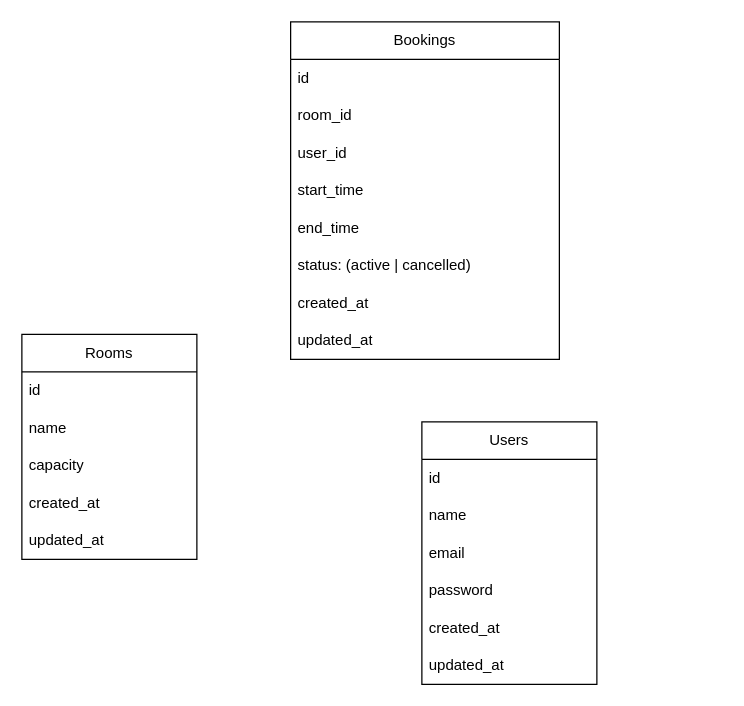
The draw.io diagram book-meet-erd.drawio in riparuk/meet-book-api, before the edit. Source tidied: cells renumbered, new cells numbered last; positions are measured from the earlier drawing's top-left corner, leaving out a move shared by most shapes. Both pictures are drawn from the tidied source at 125%, with x=0, y=0 at pixel (21, 21).
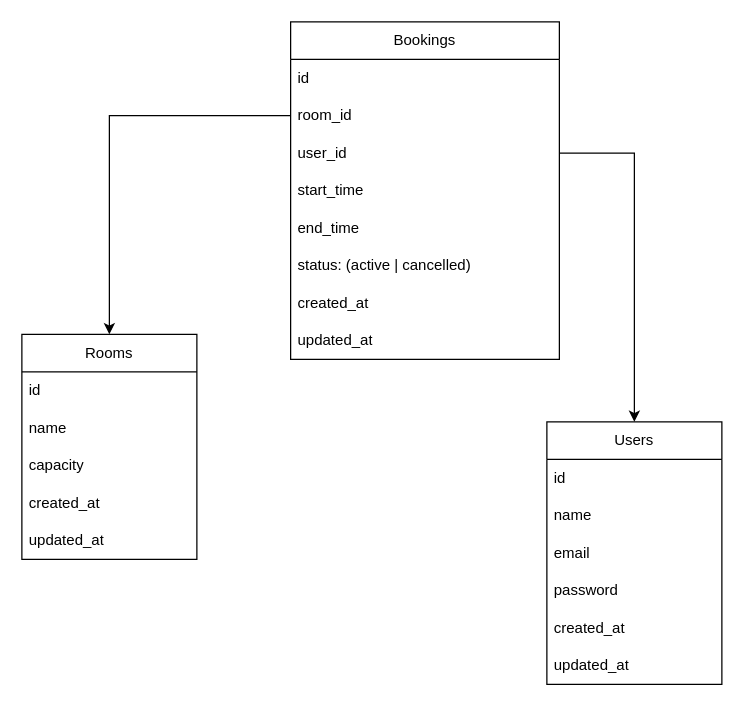
Above is the later version.

Unchanged cells that the change refers to:
```xml
<mxCell id="9" value="Rooms" style="swimlane;fontStyle=0;horizontal=1;startSize=30;whiteSpace=wrap;html=1;" parent="1" vertex="1">
  <mxGeometry y="250" width="140" height="180" as="geometry" />
</mxCell>
<mxCell id="17" value="room_id" style="text;strokeColor=none;fillColor=none;align=left;verticalAlign=middle;spacingLeft=4;spacingRight=4;overflow=hidden;points=[[0,0.5],[1,0.5]];portConstraint=eastwest;whiteSpace=wrap;html=1;" parent="15" vertex="1">
  <mxGeometry y="60" width="215" height="30" as="geometry" />
</mxCell>
<mxCell id="18" value="user_id" style="text;strokeColor=none;fillColor=none;align=left;verticalAlign=middle;spacingLeft=4;spacingRight=4;overflow=hidden;points=[[0,0.5],[1,0.5]];portConstraint=eastwest;whiteSpace=wrap;html=1;" parent="15" vertex="1">
  <mxGeometry y="90" width="215" height="30" as="geometry" />
</mxCell>
```

The edit, as a diff of the source:
```diff
@@
     <mxCell id="2" value="Users" style="swimlane;fontStyle=0;horizontal=1;startSize=30;whiteSpace=wrap;html=1;" parent="1" vertex="1">
-      <mxGeometry x="320" y="320" width="140" height="210" as="geometry" />
+      <mxGeometry x="420" y="320" width="140" height="210" as="geometry" />
     </mxCell>
@@
+    <mxCell id="24" style="edgeStyle=orthogonalEdgeStyle;rounded=0;jettySize=auto;html=1;" parent="1" edge="1" source="17" target="9">
+      <mxGeometry relative="1" as="geometry" />
+    </mxCell>
+    <mxCell id="25" style="edgeStyle=orthogonalEdgeStyle;rounded=0;jettySize=auto;html=1;" parent="1" edge="1" source="18" target="2">
+      <mxGeometry relative="1" as="geometry" />
+    </mxCell>
```
